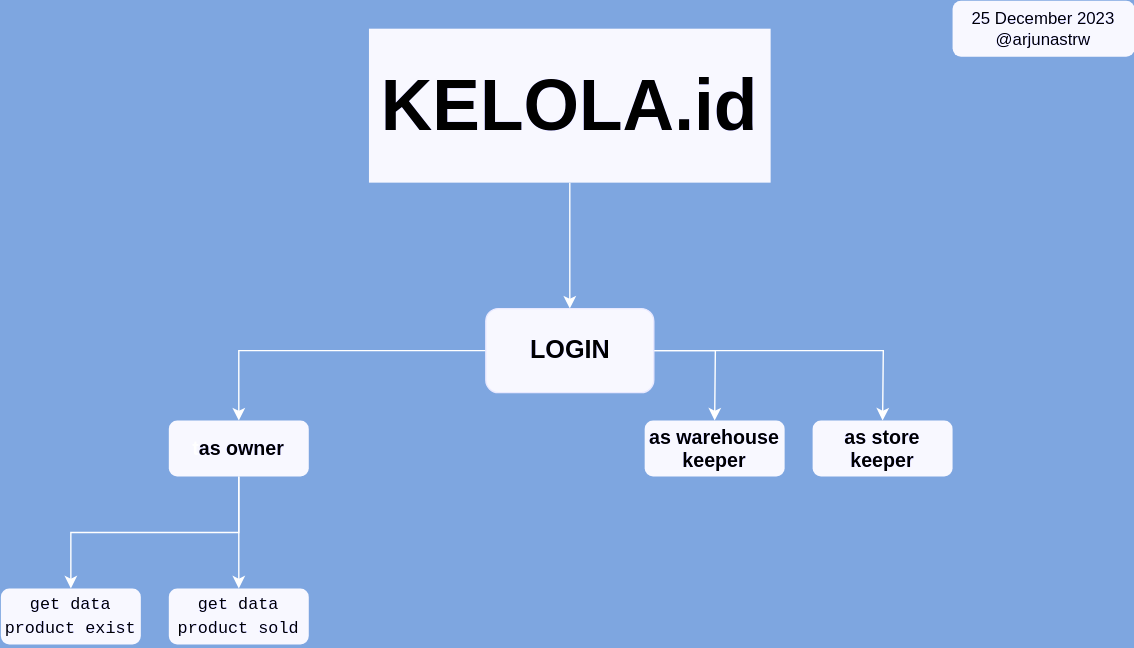
Earlier version of the draw.io export kelola_id.drawio.svg (arjunastrw/Kelola.id). Source tidied: cells renumbered, new cells last; positions are measured from the earlier drawing's top-left corner, leaving out a move shared by most shapes. Source of this version:
```xml
<mxGraphModel background="#7EA6E0">
  <root>
    <mxCell id="0" />
    <mxCell id="1" parent="0" />
    <mxCell id="2" style="edgeStyle=orthogonalEdgeStyle;rounded=0;jettySize=auto;html=1;" parent="1" edge="1" source="3">
      <mxGeometry relative="1" as="geometry">
        <mxPoint x="406.5" y="220" as="targetPoint" />
      </mxGeometry>
    </mxCell>
    <mxCell id="3" value="&lt;h1&gt;&lt;b&gt;&lt;font style=&quot;font-size: 51px;&quot;&gt;KELOLA.id&lt;/font&gt;&lt;/b&gt;&lt;/h1&gt;" style="rounded=0;whiteSpace=wrap;html=1;fillColor=#000033;fontColor=#ffffff;strokeColor=none;" parent="1" vertex="1">
      <mxGeometry x="263" y="20" width="287" height="110" as="geometry" />
    </mxCell>
    <mxCell id="4" style="edgeStyle=orthogonalEdgeStyle;rounded=0;jettySize=auto;html=1;" parent="1" edge="1" source="7">
      <mxGeometry relative="1" as="geometry">
        <mxPoint x="510" y="300" as="targetPoint" />
      </mxGeometry>
    </mxCell>
    <mxCell id="5" style="edgeStyle=orthogonalEdgeStyle;rounded=0;jettySize=auto;html=1;exitX=0;exitY=0.5;exitDx=0;exitDy=0;entryX=0.5;entryY=0;entryDx=0;entryDy=0;" parent="1" edge="1" source="7" target="10">
      <mxGeometry relative="1" as="geometry" />
    </mxCell>
    <mxCell id="6" style="edgeStyle=orthogonalEdgeStyle;rounded=0;jettySize=auto;html=1;" parent="1" edge="1" source="7">
      <mxGeometry relative="1" as="geometry">
        <mxPoint x="630" y="300" as="targetPoint" />
      </mxGeometry>
    </mxCell>
    <mxCell id="7" value="&lt;h2&gt;&lt;font color=&quot;#ffffff&quot;&gt;LOGIN&lt;/font&gt;&lt;/h2&gt;" style="rounded=1;whiteSpace=wrap;html=1;fillColor=#000033;strokeColor=#000099;" parent="1" vertex="1">
      <mxGeometry x="346.5" y="220" width="120" height="60" as="geometry" />
    </mxCell>
    <mxCell id="8" style="edgeStyle=orthogonalEdgeStyle;rounded=0;jettySize=auto;html=1;exitX=0.5;exitY=1;exitDx=0;exitDy=0;entryX=0.5;entryY=0;entryDx=0;entryDy=0;" parent="1" edge="1" source="10" target="14">
      <mxGeometry relative="1" as="geometry" />
    </mxCell>
    <mxCell id="9" style="edgeStyle=orthogonalEdgeStyle;rounded=0;jettySize=auto;html=1;entryX=0.5;entryY=0;entryDx=0;entryDy=0;" parent="1" edge="1" source="10" target="15">
      <mxGeometry relative="1" as="geometry" />
    </mxCell>
    <mxCell id="10" value="&lt;h3&gt;t&lt;font color=&quot;#ffffff&quot;&gt;as owner&lt;/font&gt;&lt;/h3&gt;" style="rounded=1;whiteSpace=wrap;html=1;strokeColor=none;fillColor=#000033;" parent="1" vertex="1">
      <mxGeometry x="120" y="300" width="100" height="40" as="geometry" />
    </mxCell>
    <mxCell id="11" value="&lt;h3&gt;as warehouse&lt;br&gt;keeper&lt;/h3&gt;" style="rounded=1;whiteSpace=wrap;html=1;strokeColor=none;fillColor=#000033;fontColor=#ffffff;" parent="1" vertex="1">
      <mxGeometry x="460" y="300" width="100" height="40" as="geometry" />
    </mxCell>
    <mxCell id="12" value="&lt;h3&gt;as store&lt;br&gt;keeper&lt;/h3&gt;" style="rounded=1;whiteSpace=wrap;html=1;strokeColor=none;fillColor=#000033;fontColor=#ffffff;" parent="1" vertex="1">
      <mxGeometry x="580" y="300" width="100" height="40" as="geometry" />
    </mxCell>
    <mxCell id="13" value="25 December 2023&lt;br&gt;@arjunastrw" style="rounded=1;whiteSpace=wrap;html=1;strokeColor=none;fillColor=#000033;fontColor=#ffffff;" parent="1" vertex="1">
      <mxGeometry x="680" width="130" height="40" as="geometry" />
    </mxCell>
    <mxCell id="14" value="&lt;pre style=&quot;line-height: 40%;&quot;&gt;&lt;font color=&quot;#ffffff&quot;&gt;get data&lt;/font&gt;&lt;/pre&gt;&lt;pre style=&quot;line-height: 40%;&quot;&gt;&lt;font color=&quot;#ffffff&quot;&gt;product exist&lt;/font&gt;&lt;/pre&gt;" style="rounded=1;whiteSpace=wrap;html=1;strokeColor=none;fillColor=#000033;" parent="1" vertex="1">
      <mxGeometry y="420" width="100" height="40" as="geometry" />
    </mxCell>
    <mxCell id="15" value="&lt;pre style=&quot;line-height: 40%;&quot;&gt;&lt;font color=&quot;#ffffff&quot;&gt;get data&lt;/font&gt;&lt;/pre&gt;&lt;pre style=&quot;line-height: 40%;&quot;&gt;&lt;font color=&quot;#ffffff&quot;&gt;product sold&lt;/font&gt;&lt;/pre&gt;" style="rounded=1;whiteSpace=wrap;html=1;strokeColor=none;fillColor=#000033;" parent="1" vertex="1">
      <mxGeometry x="120" y="420" width="100" height="40" as="geometry" />
    </mxCell>
  </root>
</mxGraphModel>
```
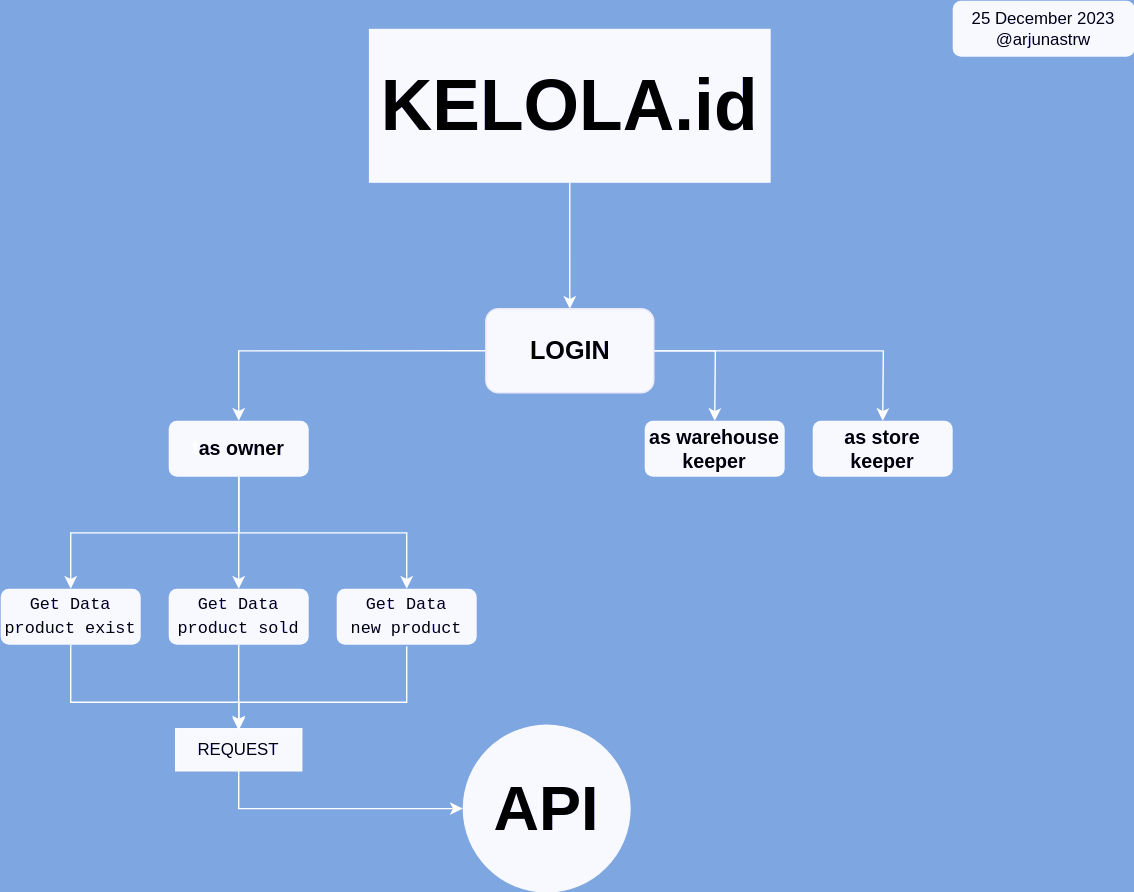
Later version of the same file.

The edit, as a diff of the source:
```diff
@@ -32,6 +32,9 @@
     <mxCell id="9" style="edgeStyle=orthogonalEdgeStyle;rounded=0;jettySize=auto;html=1;entryX=0.5;entryY=0;entryDx=0;entryDy=0;" parent="1" edge="1" source="10" target="15">
       <mxGeometry relative="1" as="geometry" />
     </mxCell>
+    <mxCell id="16" style="edgeStyle=orthogonalEdgeStyle;rounded=0;jettySize=auto;html=1;exitX=0.5;exitY=1;exitDx=0;exitDy=0;entryX=0.5;entryY=0;entryDx=0;entryDy=0;" parent="1" edge="1" source="10" target="20">
+      <mxGeometry relative="1" as="geometry" />
+    </mxCell>
     <mxCell id="10" value="&lt;h3&gt;t&lt;font color=&quot;#ffffff&quot;&gt;as owner&lt;/font&gt;&lt;/h3&gt;" style="rounded=1;whiteSpace=wrap;html=1;strokeColor=none;fillColor=#000033;" parent="1" vertex="1">
       <mxGeometry x="120" y="300" width="100" height="40" as="geometry" />
     </mxCell>
@@ -44,11 +47,44 @@
     <mxCell id="13" value="25 December 2023&lt;br&gt;@arjunastrw" style="rounded=1;whiteSpace=wrap;html=1;strokeColor=none;fillColor=#000033;fontColor=#ffffff;" parent="1" vertex="1">
       <mxGeometry x="680" width="130" height="40" as="geometry" />
     </mxCell>
+    <mxCell id="17" style="edgeStyle=orthogonalEdgeStyle;rounded=0;jettySize=auto;html=1;exitX=0.5;exitY=1;exitDx=0;exitDy=0;" parent="1" edge="1" source="14" target="23">
+      <mxGeometry relative="1" as="geometry">
+        <Array as="points">
+          <mxPoint x="50" y="501" />
+          <mxPoint x="170" y="501" />
+        </Array>
+      </mxGeometry>
+    </mxCell>
-    <mxCell id="14" value="&lt;pre style=&quot;line-height: 40%;&quot;&gt;&lt;font color=&quot;#ffffff&quot;&gt;get data&lt;/font&gt;&lt;/pre&gt;&lt;pre style=&quot;line-height: 40%;&quot;&gt;&lt;font color=&quot;#ffffff&quot;&gt;product exist&lt;/font&gt;&lt;/pre&gt;" style="rounded=1;whiteSpace=wrap;html=1;strokeColor=none;fillColor=#000033;" parent="1" vertex="1">
+    <mxCell id="14" value="&lt;pre style=&quot;line-height: 40%;&quot;&gt;&lt;font color=&quot;#ffffff&quot;&gt;Get Data&lt;/font&gt;&lt;/pre&gt;&lt;pre style=&quot;line-height: 40%;&quot;&gt;&lt;font color=&quot;#ffffff&quot;&gt;product exist&lt;/font&gt;&lt;/pre&gt;" style="rounded=1;whiteSpace=wrap;html=1;strokeColor=none;fillColor=#000033;" parent="1" vertex="1">
       <mxGeometry y="420" width="100" height="40" as="geometry" />
     </mxCell>
+    <mxCell id="18" style="edgeStyle=orthogonalEdgeStyle;rounded=0;jettySize=auto;html=1;exitX=0.5;exitY=1;exitDx=0;exitDy=0;entryX=0.5;entryY=0;entryDx=0;entryDy=0;" parent="1" edge="1" source="15" target="23">
+      <mxGeometry relative="1" as="geometry" />
+    </mxCell>
-    <mxCell id="15" value="&lt;pre style=&quot;line-height: 40%;&quot;&gt;&lt;font color=&quot;#ffffff&quot;&gt;get data&lt;/font&gt;&lt;/pre&gt;&lt;pre style=&quot;line-height: 40%;&quot;&gt;&lt;font color=&quot;#ffffff&quot;&gt;product sold&lt;/font&gt;&lt;/pre&gt;" style="rounded=1;whiteSpace=wrap;html=1;strokeColor=none;fillColor=#000033;" parent="1" vertex="1">
+    <mxCell id="15" value="&lt;pre style=&quot;line-height: 40%;&quot;&gt;&lt;font color=&quot;#ffffff&quot;&gt;Get Data&lt;/font&gt;&lt;/pre&gt;&lt;pre style=&quot;line-height: 40%;&quot;&gt;&lt;font color=&quot;#ffffff&quot;&gt;product sold&lt;/font&gt;&lt;/pre&gt;" style="rounded=1;whiteSpace=wrap;html=1;strokeColor=none;fillColor=#000033;" parent="1" vertex="1">
       <mxGeometry x="120" y="420" width="100" height="40" as="geometry" />
     </mxCell>
+    <mxCell id="19" style="edgeStyle=orthogonalEdgeStyle;rounded=0;orthogonalLoop=1;jettySize=auto;html=1;exitX=0.5;exitY=1;exitDx=0;exitDy=0;entryX=0.5;entryY=0;entryDx=0;entryDy=0;" parent="1" edge="1">
+      <mxGeometry relative="1" as="geometry">
+        <mxPoint x="290" y="461" as="sourcePoint" />
+        <mxPoint x="170" y="521" as="targetPoint" />
+        <Array as="points">
+          <mxPoint x="290" y="501" />
+          <mxPoint x="170" y="501" />
+        </Array>
+      </mxGeometry>
+    </mxCell>
+    <mxCell id="20" value="&lt;pre style=&quot;line-height: 40%;&quot;&gt;&lt;font color=&quot;#ffffff&quot;&gt;Get Data&lt;/font&gt;&lt;/pre&gt;&lt;pre style=&quot;line-height: 40%;&quot;&gt;&lt;font color=&quot;#ffffff&quot;&gt;new product&lt;/font&gt;&lt;br&gt;&lt;/pre&gt;" style="rounded=1;whiteSpace=wrap;html=1;strokeColor=none;fillColor=#000033;" parent="1" vertex="1">
+      <mxGeometry x="240" y="420" width="100" height="40" as="geometry" />
+    </mxCell>
+    <mxCell id="21" value="&lt;h1&gt;&lt;font style=&quot;font-size: 45px;&quot; color=&quot;#ffffff&quot;&gt;API&lt;/font&gt;&lt;/h1&gt;" style="ellipse;whiteSpace=wrap;html=1;strokeColor=none;fillColor=#000033;" parent="1" vertex="1">
+      <mxGeometry x="330" y="517" width="120" height="120" as="geometry" />
+    </mxCell>
+    <mxCell id="22" style="edgeStyle=orthogonalEdgeStyle;rounded=0;jettySize=auto;html=1;exitX=0.5;exitY=1;exitDx=0;exitDy=0;entryX=0;entryY=0.5;entryDx=0;entryDy=0;" parent="1" edge="1" source="23" target="21">
+      <mxGeometry relative="1" as="geometry" />
+    </mxCell>
+    <mxCell id="23" value="&lt;font color=&quot;#ffffff&quot;&gt;REQUEST&lt;/font&gt;" style="whiteSpace=wrap;html=1;fillColor=#000033;" parent="1" vertex="1">
+      <mxGeometry x="125" y="520" width="90" height="30" as="geometry" />
+    </mxCell>
   </root>
 </mxGraphModel>
```
